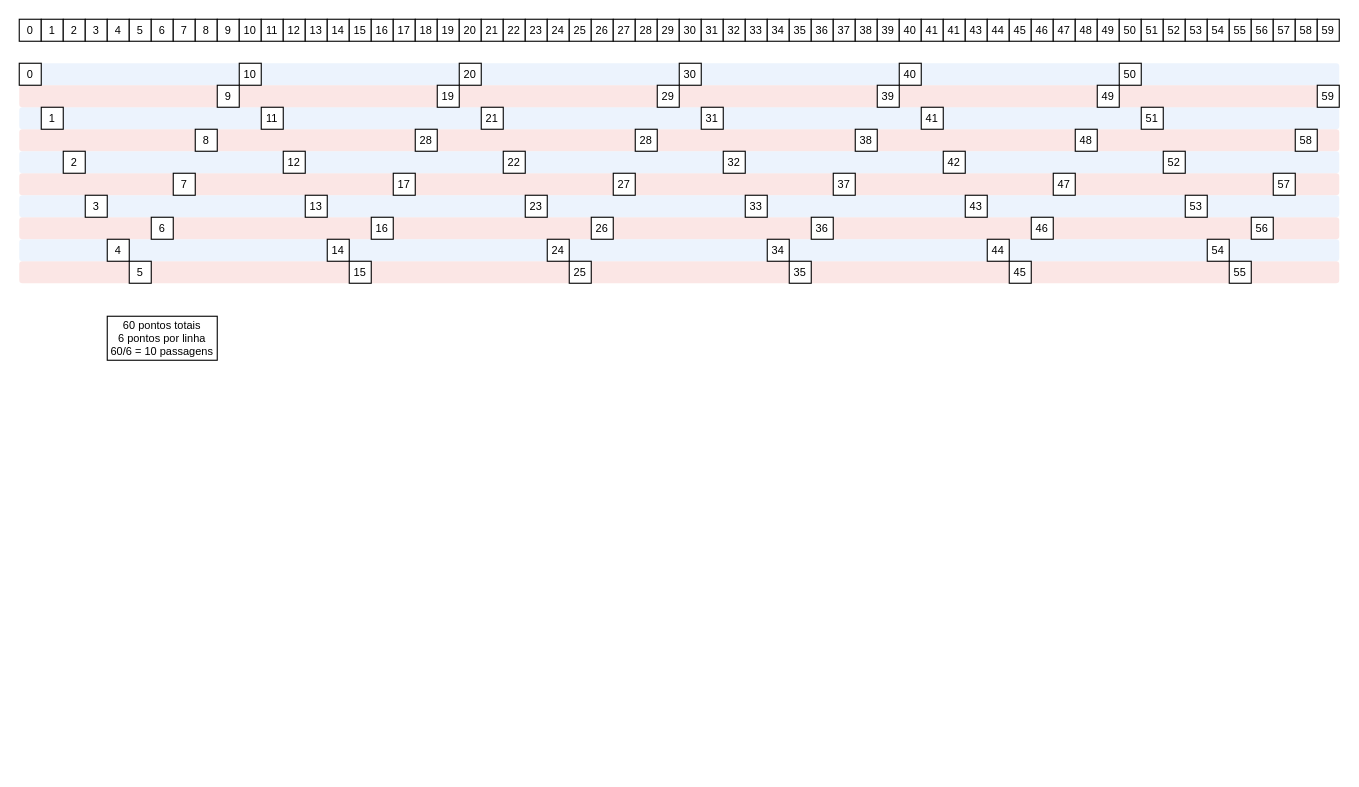
The draw.io diagram drawio/LaserSync.drawio in pedromiguelcp/TimingCore, before the edit. Source tidied: cells renumbered, new cells numbered last; positions are measured from the earlier drawing's top-left corner, leaving out a move shared by most shapes. Both pictures are drawn from the tidied source at 110%, with x=0, y=0 at pixel (19, 19).
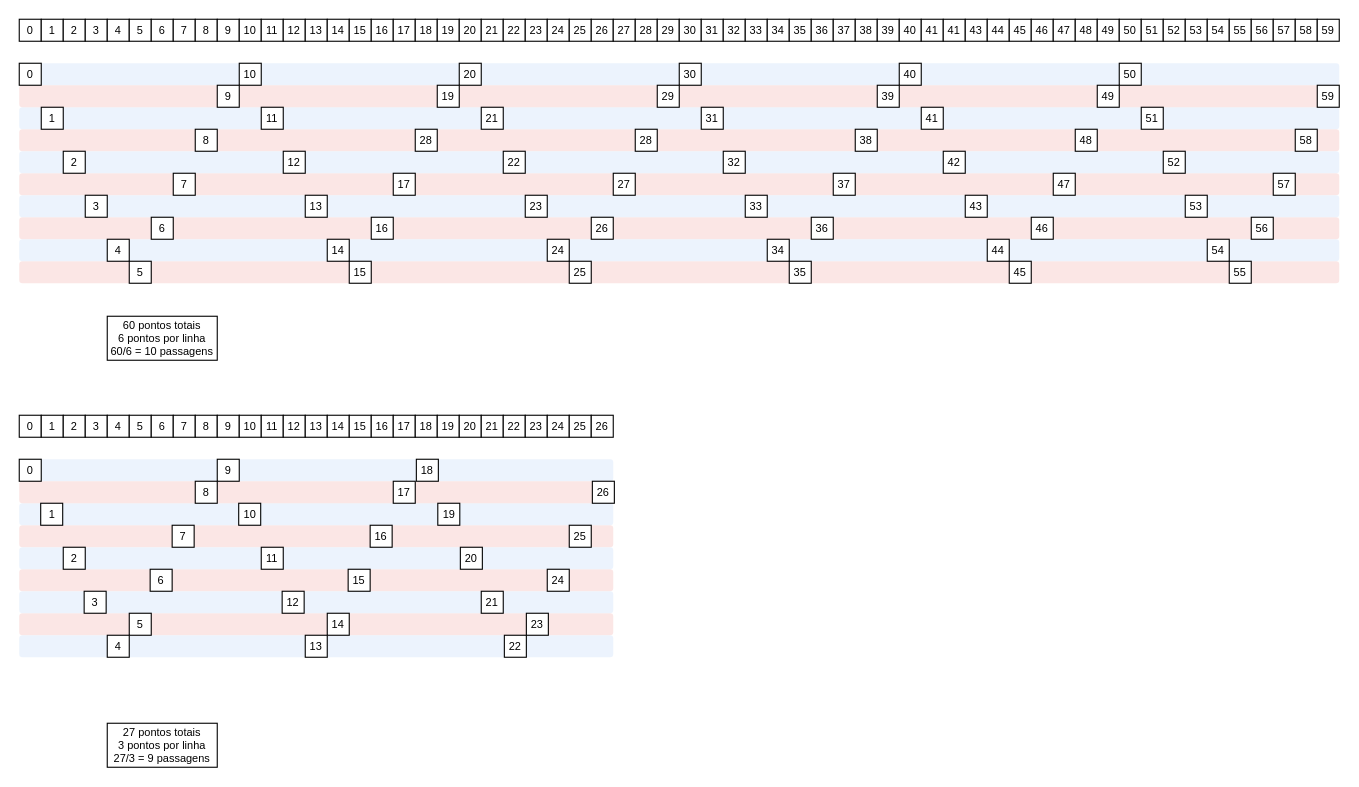
After the change.

The edit, as a diff of the source:
```diff
@@
+    <mxCell id="133" style="rounded=1;whiteSpace=wrap;html=1;fontSize=10;fillColor=#f8cecc;opacity=50;strokeColor=none;" parent="1" vertex="1">
+      <mxGeometry y="460" width="540" height="20" as="geometry" />
+    </mxCell>
+    <mxCell id="134" style="rounded=1;whiteSpace=wrap;html=1;fontSize=10;fillColor=#f8cecc;opacity=50;strokeColor=none;" parent="1" vertex="1">
+      <mxGeometry y="500" width="540" height="20" as="geometry" />
+    </mxCell>
+    <mxCell id="135" style="rounded=1;whiteSpace=wrap;html=1;fontSize=10;fillColor=#f8cecc;opacity=50;strokeColor=none;" parent="1" vertex="1">
+      <mxGeometry y="540" width="540" height="20" as="geometry" />
+    </mxCell>
+    <mxCell id="136" style="rounded=1;whiteSpace=wrap;html=1;fontSize=10;fillColor=#dae8fc;strokeColor=none;opacity=50;" parent="1" vertex="1">
+      <mxGeometry y="400" width="540" height="20" as="geometry" />
+    </mxCell>
+    <mxCell id="137" style="rounded=1;whiteSpace=wrap;html=1;fontSize=10;fillColor=#dae8fc;strokeColor=none;opacity=50;" parent="1" vertex="1">
+      <mxGeometry y="440" width="540" height="20" as="geometry" />
+    </mxCell>
+    <mxCell id="138" style="rounded=1;whiteSpace=wrap;html=1;fontSize=10;fillColor=#dae8fc;strokeColor=none;opacity=50;" parent="1" vertex="1">
+      <mxGeometry y="480" width="540" height="20" as="geometry" />
+    </mxCell>
+    <mxCell id="139" style="rounded=1;whiteSpace=wrap;html=1;fontSize=10;fillColor=#dae8fc;strokeColor=none;opacity=50;" parent="1" vertex="1">
+      <mxGeometry y="520" width="540" height="20" as="geometry" />
+    </mxCell>
+    <mxCell id="140" style="rounded=1;whiteSpace=wrap;html=1;fontSize=10;fillColor=#f8cecc;opacity=50;strokeColor=none;" parent="1" vertex="1">
+      <mxGeometry y="420" width="540" height="20" as="geometry" />
+    </mxCell>
+    <mxCell id="141" style="rounded=1;whiteSpace=wrap;html=1;fontSize=10;fillColor=#dae8fc;strokeColor=none;opacity=50;" parent="1" vertex="1">
+      <mxGeometry y="560" width="540" height="20" as="geometry" />
+    </mxCell>
@@
+    <mxCell id="142" value="0" style="rounded=0;whiteSpace=wrap;html=1;fontSize=10;" parent="1" vertex="1">
+      <mxGeometry y="360" width="20" height="20" as="geometry" />
+    </mxCell>
+    <mxCell id="143" value="1" style="rounded=0;whiteSpace=wrap;html=1;fontSize=10;" parent="1" vertex="1">
+      <mxGeometry x="20" y="360" width="20" height="20" as="geometry" />
+    </mxCell>
+    <mxCell id="144" value="2" style="rounded=0;whiteSpace=wrap;html=1;fontSize=10;" parent="1" vertex="1">
+      <mxGeometry x="40" y="360" width="20" height="20" as="geometry" />
+    </mxCell>
+    <mxCell id="145" value="3" style="rounded=0;whiteSpace=wrap;html=1;fontSize=10;" parent="1" vertex="1">
+      <mxGeometry x="60" y="360" width="20" height="20" as="geometry" />
+    </mxCell>
+    <mxCell id="146" value="4" style="rounded=0;whiteSpace=wrap;html=1;fontSize=10;" parent="1" vertex="1">
+      <mxGeometry x="80" y="360" width="20" height="20" as="geometry" />
+    </mxCell>
+    <mxCell id="147" value="5" style="rounded=0;whiteSpace=wrap;html=1;fontSize=10;" parent="1" vertex="1">
+      <mxGeometry x="100" y="360" width="20" height="20" as="geometry" />
+    </mxCell>
+    <mxCell id="148" value="6" style="rounded=0;whiteSpace=wrap;html=1;fontSize=10;" parent="1" vertex="1">
+      <mxGeometry x="120" y="360" width="20" height="20" as="geometry" />
+    </mxCell>
+    <mxCell id="149" value="7" style="rounded=0;whiteSpace=wrap;html=1;fontSize=10;" parent="1" vertex="1">
+      <mxGeometry x="140" y="360" width="20" height="20" as="geometry" />
+    </mxCell>
+    <mxCell id="150" value="8" style="rounded=0;whiteSpace=wrap;html=1;fontSize=10;" parent="1" vertex="1">
+      <mxGeometry x="160" y="360" width="20" height="20" as="geometry" />
+    </mxCell>
+    <mxCell id="151" value="9" style="rounded=0;whiteSpace=wrap;html=1;fontSize=10;" parent="1" vertex="1">
+      <mxGeometry x="180" y="360" width="20" height="20" as="geometry" />
+    </mxCell>
+    <mxCell id="152" value="10" style="rounded=0;whiteSpace=wrap;html=1;fontSize=10;" parent="1" vertex="1">
+      <mxGeometry x="200" y="360" width="20" height="20" as="geometry" />
+    </mxCell>
+    <mxCell id="153" value="11" style="rounded=0;whiteSpace=wrap;html=1;fontSize=10;" parent="1" vertex="1">
+      <mxGeometry x="220" y="360" width="20" height="20" as="geometry" />
+    </mxCell>
+    <mxCell id="154" value="12" style="rounded=0;whiteSpace=wrap;html=1;fontSize=10;" parent="1" vertex="1">
+      <mxGeometry x="240" y="360" width="20" height="20" as="geometry" />
+    </mxCell>
+    <mxCell id="155" value="13" style="rounded=0;whiteSpace=wrap;html=1;fontSize=10;" parent="1" vertex="1">
+      <mxGeometry x="260" y="360" width="20" height="20" as="geometry" />
+    </mxCell>
+    <mxCell id="156" value="14" style="rounded=0;whiteSpace=wrap;html=1;fontSize=10;" parent="1" vertex="1">
+      <mxGeometry x="280" y="360" width="20" height="20" as="geometry" />
+    </mxCell>
+    <mxCell id="157" value="15" style="rounded=0;whiteSpace=wrap;html=1;fontSize=10;" parent="1" vertex="1">
+      <mxGeometry x="300" y="360" width="20" height="20" as="geometry" />
+    </mxCell>
+    <mxCell id="158" value="16" style="rounded=0;whiteSpace=wrap;html=1;fontSize=10;" parent="1" vertex="1">
+      <mxGeometry x="320" y="360" width="20" height="20" as="geometry" />
+    </mxCell>
+    <mxCell id="159" value="17" style="rounded=0;whiteSpace=wrap;html=1;fontSize=10;" parent="1" vertex="1">
+      <mxGeometry x="340" y="360" width="20" height="20" as="geometry" />
+    </mxCell>
+    <mxCell id="160" value="18" style="rounded=0;whiteSpace=wrap;html=1;fontSize=10;" parent="1" vertex="1">
+      <mxGeometry x="360" y="360" width="20" height="20" as="geometry" />
+    </mxCell>
+    <mxCell id="161" value="19" style="rounded=0;whiteSpace=wrap;html=1;fontSize=10;" parent="1" vertex="1">
+      <mxGeometry x="380" y="360" width="20" height="20" as="geometry" />
+    </mxCell>
+    <mxCell id="162" value="20" style="rounded=0;whiteSpace=wrap;html=1;fontSize=10;" parent="1" vertex="1">
+      <mxGeometry x="400" y="360" width="20" height="20" as="geometry" />
+    </mxCell>
+    <mxCell id="163" value="0" style="rounded=0;whiteSpace=wrap;html=1;fontSize=10;" parent="1" vertex="1">
+      <mxGeometry y="400" width="20" height="20" as="geometry" />
+    </mxCell>
+    <mxCell id="164" value="9" style="rounded=0;whiteSpace=wrap;html=1;fontSize=10;" parent="1" vertex="1">
+      <mxGeometry x="180" y="400" width="20" height="20" as="geometry" />
+    </mxCell>
+    <mxCell id="165" value="18" style="rounded=0;whiteSpace=wrap;html=1;fontSize=10;" parent="1" vertex="1">
+      <mxGeometry x="361" y="400" width="20" height="20" as="geometry" />
+    </mxCell>
+    <mxCell id="166" value="27 pontos totais&lt;br&gt;3 pontos por linha&lt;br&gt;27/3 = 9 passagens" style="rounded=0;whiteSpace=wrap;html=1;fontSize=10;" parent="1" vertex="1">
+      <mxGeometry x="80" y="640" width="100" height="40" as="geometry" />
+    </mxCell>
+    <mxCell id="167" value="21" style="rounded=0;whiteSpace=wrap;html=1;fontSize=10;" parent="1" vertex="1">
+      <mxGeometry x="420" y="360" width="20" height="20" as="geometry" />
+    </mxCell>
+    <mxCell id="168" value="22" style="rounded=0;whiteSpace=wrap;html=1;fontSize=10;" parent="1" vertex="1">
+      <mxGeometry x="440" y="360" width="20" height="20" as="geometry" />
+    </mxCell>
+    <mxCell id="169" value="23" style="rounded=0;whiteSpace=wrap;html=1;fontSize=10;" parent="1" vertex="1">
+      <mxGeometry x="460" y="360" width="20" height="20" as="geometry" />
+    </mxCell>
+    <mxCell id="170" value="24" style="rounded=0;whiteSpace=wrap;html=1;fontSize=10;" parent="1" vertex="1">
+      <mxGeometry x="480" y="360" width="20" height="20" as="geometry" />
+    </mxCell>
+    <mxCell id="171" value="25" style="rounded=0;whiteSpace=wrap;html=1;fontSize=10;" parent="1" vertex="1">
+      <mxGeometry x="500" y="360" width="20" height="20" as="geometry" />
+    </mxCell>
+    <mxCell id="172" value="26" style="rounded=0;whiteSpace=wrap;html=1;fontSize=10;" parent="1" vertex="1">
+      <mxGeometry x="520" y="360" width="20" height="20" as="geometry" />
+    </mxCell>
+    <mxCell id="173" value="8" style="rounded=0;whiteSpace=wrap;html=1;fontSize=10;" parent="1" vertex="1">
+      <mxGeometry x="160" y="420" width="20" height="20" as="geometry" />
+    </mxCell>
+    <mxCell id="174" value="17" style="rounded=0;whiteSpace=wrap;html=1;fontSize=10;" parent="1" vertex="1">
+      <mxGeometry x="340" y="420" width="20" height="20" as="geometry" />
+    </mxCell>
+    <mxCell id="175" value="26" style="rounded=0;whiteSpace=wrap;html=1;fontSize=10;" parent="1" vertex="1">
+      <mxGeometry x="521" y="420" width="20" height="20" as="geometry" />
+    </mxCell>
+    <mxCell id="176" value="1" style="rounded=0;whiteSpace=wrap;html=1;fontSize=10;" parent="1" vertex="1">
+      <mxGeometry x="19.5" y="440" width="20" height="20" as="geometry" />
+    </mxCell>
+    <mxCell id="177" value="10" style="rounded=0;whiteSpace=wrap;html=1;fontSize=10;" parent="1" vertex="1">
+      <mxGeometry x="199.5" y="440" width="20" height="20" as="geometry" />
+    </mxCell>
+    <mxCell id="178" value="19" style="rounded=0;whiteSpace=wrap;html=1;fontSize=10;" parent="1" vertex="1">
+      <mxGeometry x="380.5" y="440" width="20" height="20" as="geometry" />
+    </mxCell>
+    <mxCell id="179" value="7" style="rounded=0;whiteSpace=wrap;html=1;fontSize=10;" parent="1" vertex="1">
+      <mxGeometry x="139" y="460" width="20" height="20" as="geometry" />
+    </mxCell>
+    <mxCell id="180" value="16" style="rounded=0;whiteSpace=wrap;html=1;fontSize=10;" parent="1" vertex="1">
+      <mxGeometry x="319" y="460" width="20" height="20" as="geometry" />
+    </mxCell>
+    <mxCell id="181" value="25" style="rounded=0;whiteSpace=wrap;html=1;fontSize=10;" parent="1" vertex="1">
+      <mxGeometry x="500" y="460" width="20" height="20" as="geometry" />
+    </mxCell>
+    <mxCell id="182" value="2" style="rounded=0;whiteSpace=wrap;html=1;fontSize=10;" parent="1" vertex="1">
+      <mxGeometry x="40" y="480" width="20" height="20" as="geometry" />
+    </mxCell>
+    <mxCell id="183" value="11" style="rounded=0;whiteSpace=wrap;html=1;fontSize=10;" parent="1" vertex="1">
+      <mxGeometry x="220" y="480" width="20" height="20" as="geometry" />
+    </mxCell>
+    <mxCell id="184" value="20" style="rounded=0;whiteSpace=wrap;html=1;fontSize=10;" parent="1" vertex="1">
+      <mxGeometry x="401" y="480" width="20" height="20" as="geometry" />
+    </mxCell>
+    <mxCell id="185" value="6" style="rounded=0;whiteSpace=wrap;html=1;fontSize=10;" parent="1" vertex="1">
+      <mxGeometry x="119" y="500" width="20" height="20" as="geometry" />
+    </mxCell>
+    <mxCell id="186" value="15" style="rounded=0;whiteSpace=wrap;html=1;fontSize=10;" parent="1" vertex="1">
+      <mxGeometry x="299" y="500" width="20" height="20" as="geometry" />
+    </mxCell>
+    <mxCell id="187" value="24" style="rounded=0;whiteSpace=wrap;html=1;fontSize=10;" parent="1" vertex="1">
+      <mxGeometry x="480" y="500" width="20" height="20" as="geometry" />
+    </mxCell>
+    <mxCell id="188" value="3" style="rounded=0;whiteSpace=wrap;html=1;fontSize=10;" parent="1" vertex="1">
+      <mxGeometry x="59" y="520" width="20" height="20" as="geometry" />
+    </mxCell>
+    <mxCell id="189" value="12" style="rounded=0;whiteSpace=wrap;html=1;fontSize=10;" parent="1" vertex="1">
+      <mxGeometry x="239" y="520" width="20" height="20" as="geometry" />
+    </mxCell>
+    <mxCell id="190" value="21" style="rounded=0;whiteSpace=wrap;html=1;fontSize=10;" parent="1" vertex="1">
+      <mxGeometry x="420" y="520" width="20" height="20" as="geometry" />
+    </mxCell>
+    <mxCell id="191" value="5" style="rounded=0;whiteSpace=wrap;html=1;fontSize=10;" parent="1" vertex="1">
+      <mxGeometry x="100" y="540" width="20" height="20" as="geometry" />
+    </mxCell>
+    <mxCell id="192" value="14" style="rounded=0;whiteSpace=wrap;html=1;fontSize=10;" parent="1" vertex="1">
+      <mxGeometry x="280" y="540" width="20" height="20" as="geometry" />
+    </mxCell>
+    <mxCell id="193" value="23" style="rounded=0;whiteSpace=wrap;html=1;fontSize=10;" parent="1" vertex="1">
+      <mxGeometry x="461" y="540" width="20" height="20" as="geometry" />
+    </mxCell>
+    <mxCell id="194" value="4" style="rounded=0;whiteSpace=wrap;html=1;fontSize=10;" parent="1" vertex="1">
+      <mxGeometry x="80" y="560" width="20" height="20" as="geometry" />
+    </mxCell>
+    <mxCell id="195" value="13" style="rounded=0;whiteSpace=wrap;html=1;fontSize=10;" parent="1" vertex="1">
+      <mxGeometry x="260" y="560" width="20" height="20" as="geometry" />
+    </mxCell>
+    <mxCell id="196" value="22" style="rounded=0;whiteSpace=wrap;html=1;fontSize=10;" parent="1" vertex="1">
+      <mxGeometry x="441" y="560" width="20" height="20" as="geometry" />
+    </mxCell>
```
